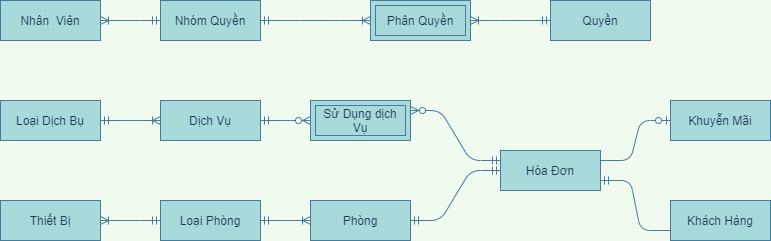
The draw.io diagram EntityRelationship-QLKS.png in maialino123/QLKS, before a commit. Source tidied: cells renumbered, new cells last; positions are measured from the earlier drawing's top-left corner, leaving out a move shared by most shapes.
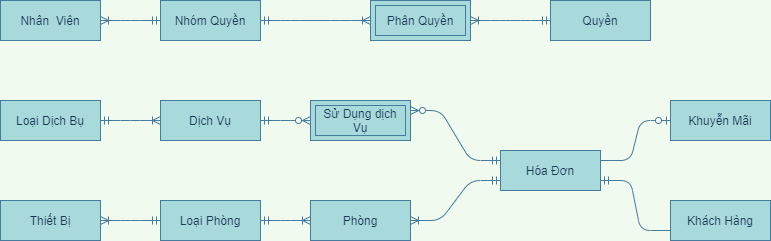
After the commit.

Diff of the diagram source:
```diff
@@ -5,9 +5,6 @@
     <mxCell id="2" style="edgeStyle=entityRelationEdgeStyle;fontSize=12;html=1;endArrow=ERoneToMany;startArrow=ERmandOne;strokeColor=#457B9D;fillColor=#A8DADC;fontColor=#1D3557;exitX=1;exitY=0.5;exitDx=0;exitDy=0;entryX=0;entryY=0.5;entryDx=0;entryDy=0;labelBackgroundColor=#F1FAEE;" parent="1" edge="1" source="20" target="21">
       <mxGeometry relative="1" as="geometry" />
     </mxCell>
-    <mxCell id="3" style="edgeStyle=entityRelationEdgeStyle;fontSize=12;html=1;endArrow=ERmandOne;startArrow=ERmandOne;strokeColor=#457B9D;fillColor=#A8DADC;fontColor=#1D3557;entryX=0;entryY=0.5;entryDx=0;entryDy=0;labelBackgroundColor=#F1FAEE;" parent="1" edge="1" source="21" target="23">
-      <mxGeometry relative="1" as="geometry" />
-    </mxCell>
     <mxCell id="4" style="edgeStyle=entityRelationEdgeStyle;fontSize=12;html=1;endArrow=ERzeroToOne;endFill=1;strokeColor=#457B9D;fillColor=#A8DADC;fontColor=#1D3557;entryX=0;entryY=0.5;entryDx=0;entryDy=0;exitX=1;exitY=0.25;exitDx=0;exitDy=0;labelBackgroundColor=#F1FAEE;" parent="1" edge="1" source="23" target="18">
       <mxGeometry relative="1" as="geometry" />
     </mxCell>
@@ -74,5 +71,8 @@
     <mxCell id="25" style="edgeStyle=entityRelationEdgeStyle;fontSize=12;html=1;endArrow=ERmandOne;exitX=0;exitY=0.75;exitDx=0;exitDy=0;entryX=1;entryY=0.75;entryDx=0;entryDy=0;labelBackgroundColor=#F1FAEE;strokeColor=#457B9D;fontColor=#1D3557;" parent="1" edge="1" source="22" target="23">
       <mxGeometry relative="1" as="geometry" />
     </mxCell>
+    <mxCell id="26" style="edgeStyle=entityRelationEdgeStyle;fontSize=12;html=1;endArrow=ERoneToMany;startArrow=ERmandOne;strokeColor=#457B9D;fillColor=#A8DADC;entryX=1;entryY=0.5;entryDx=0;entryDy=0;exitX=0;exitY=0.75;exitDx=0;exitDy=0;" parent="1" edge="1" source="23" target="21">
+      <mxGeometry relative="1" as="geometry" />
+    </mxCell>
   </root>
 </mxGraphModel>
```
